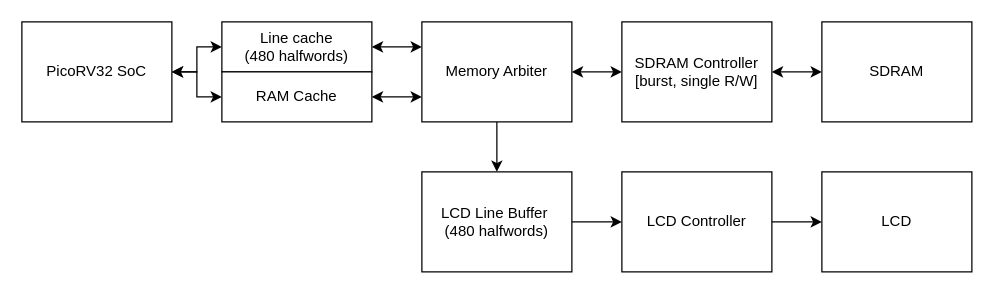
Before: frambuffer.drawio in zl2cco/ecp5_playground, a draw.io diagram. Source tidied: cells renumbered, new cells numbered last; positions are measured from the earlier drawing's top-left corner, leaving out a move shared by most shapes. Both pictures are drawn from the tidied source at 125%, with x=0, y=0 at pixel (21, 21).
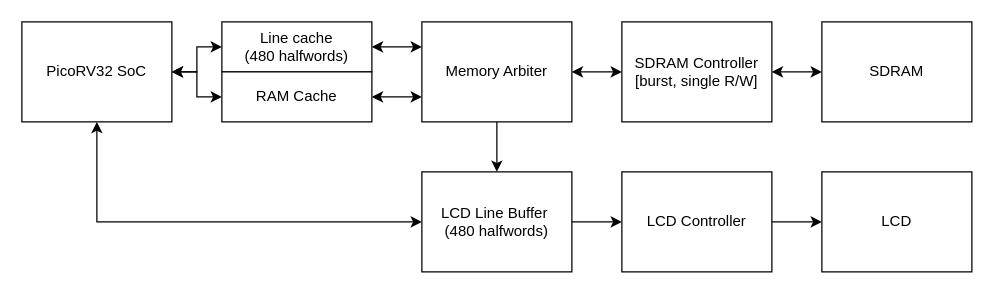
After the change.

Commit message:
Add link to SoC-LineBuffer

The change refers to these unchanged cells:
```xml
<mxCell id="9" value="LCD Line Buffer&amp;nbsp;&lt;br&gt;(480 halfwords)" style="rounded=0;whiteSpace=wrap;html=1;" parent="1" vertex="1">
  <mxGeometry x="320" y="120" width="120" height="80" as="geometry" />
</mxCell>
<mxCell id="18" value="PicoRV32 SoC" style="rounded=0;whiteSpace=wrap;html=1;" parent="1" vertex="1">
  <mxGeometry width="120" height="80" as="geometry" />
</mxCell>
```

Diff of the diagram source:
```diff
@@
+    <mxCell id="20" style="edgeStyle=orthogonalEdgeStyle;rounded=0;jettySize=auto;html=1;entryX=0.5;entryY=1;entryDx=0;entryDy=0;startArrow=classic;startFill=1;" parent="1" edge="1" source="9" target="18">
+      <mxGeometry relative="1" as="geometry" />
+    </mxCell>
```
